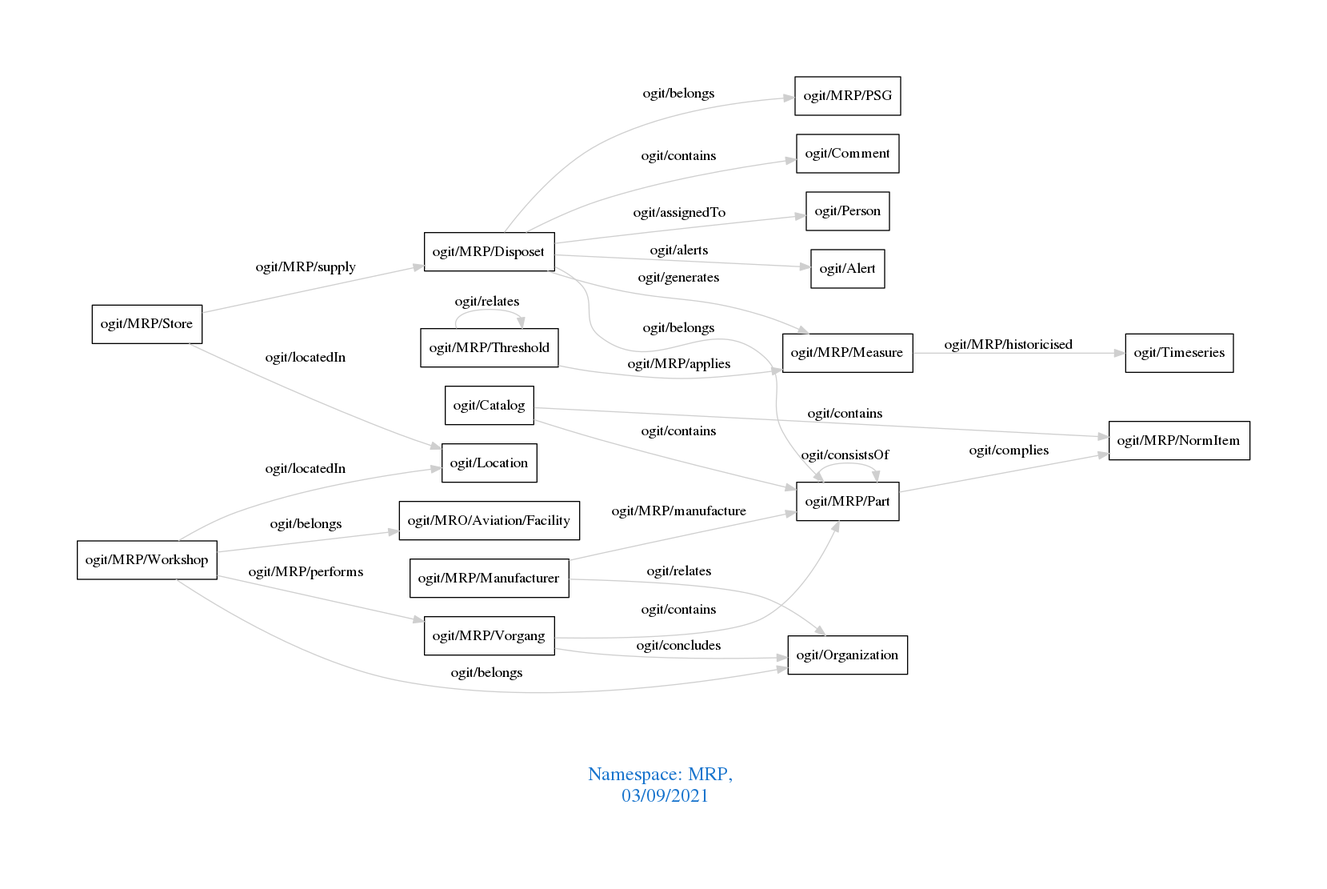
Above: downloads/MRP.png in arago/OGIT (Graphviz), before the change. Its source is kept beside it as downloads/MRP.dot.
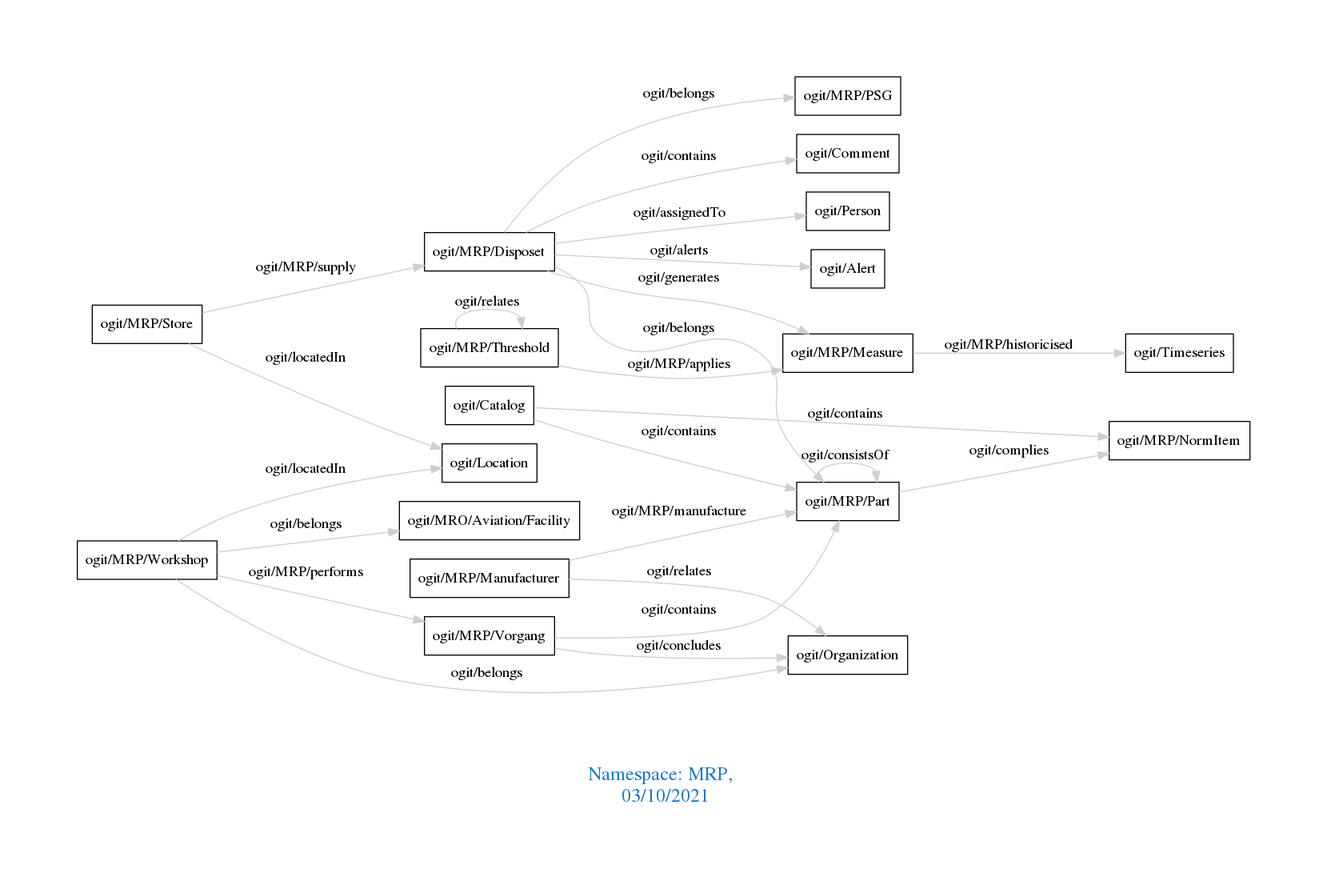
Above is the later version.

Change to the diagram source:
```diff
@@ -1,7 +1,7 @@
 digraph OGIT_ontology {
  graph [ rankdir= LR,pad=1
 fontsize = 18,
-fontcolor= dodgerblue3,label = "\n\n\nNamespace: MRP, \n 03/09/2021"];
+fontcolor= dodgerblue3,label = "\n\n\nNamespace: MRP, \n 03/10/2021"];
 node[shape=polygon];
 edge [  color="gray81"];
 
```
